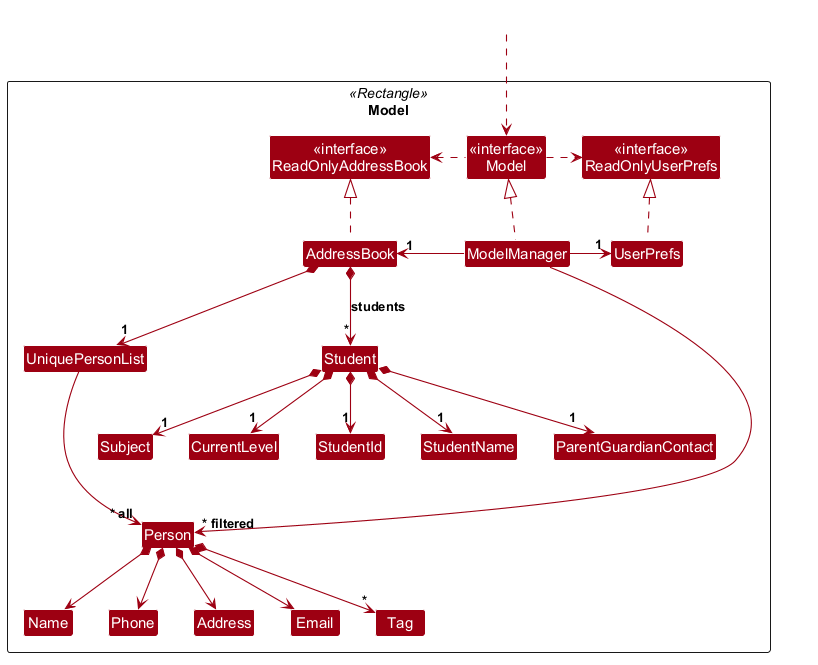
Earlier version of the PlantUML export docs/images/ModelClassDiagram.png (AY2627S1-CS2103T-F09-1/tp). Source of this version:
```plantuml
@startuml
!include style.puml
skinparam arrowThickness 1.1
skinparam arrowColor MODEL_COLOR
skinparam classBackgroundColor MODEL_COLOR

Package Model as ModelPackage <<Rectangle>>{
Class "<<interface>>\nReadOnlyAddressBook" as ReadOnlyAddressBook
Class "<<interface>>\nReadOnlyUserPrefs" as ReadOnlyUserPrefs
Class "<<interface>>\nModel" as Model
Class AddressBook
Class ModelManager
Class UserPrefs

Class UniquePersonList
Class Person
Class Address
Class Email
Class Name
Class Phone
Class Tag
Class Student
Class StudentId
Class StudentName
Class ParentGuardianContact
Class Subject
Class CurrentLevel

Class I #FFFFFF
}

Class HiddenOutside #FFFFFF
HiddenOutside ..> Model

AddressBook .up.|> ReadOnlyAddressBook

ModelManager .up.|> Model
Model .right.> ReadOnlyUserPrefs
Model .left.> ReadOnlyAddressBook
ModelManager -left-> "1" AddressBook
ModelManager -right-> "1" UserPrefs
UserPrefs .up.|> ReadOnlyUserPrefs

AddressBook *--> "1" UniquePersonList
UniquePersonList --> "~* all" Person
AddressBook *--> "*" Student : students
Student *--> "1" StudentId
Student *--> "1" StudentName
Student *--> "1" ParentGuardianContact
Student *--> "1" Subject
Student *--> "1" CurrentLevel
Person *--> Name
Person *--> Phone
Person *--> Email
Person *--> Address
Person *--> "*" Tag

Person -[hidden]up--> I
UniquePersonList -[hidden]right-> I

Name -[hidden]right-> Phone
Phone -[hidden]right-> Address
Address -[hidden]right-> Email

ModelManager --> "~* filtered" Person
@enduml
```
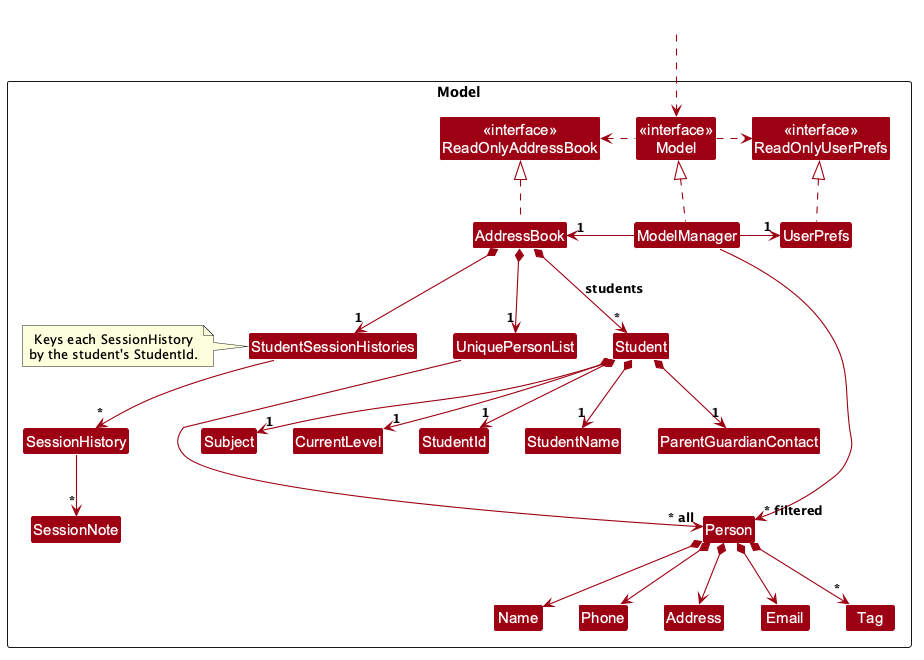
The same file after the commit.

Commit message:
DG: Add session note classes to Model diagram

The edit, as a diff of the source:
```diff
@@ -4,7 +4,7 @@
 skinparam arrowColor MODEL_COLOR
 skinparam classBackgroundColor MODEL_COLOR
 
-Package Model as ModelPackage <<Rectangle>>{
+Package Model as ModelPackage {
 Class "<<interface>>\nReadOnlyAddressBook" as ReadOnlyAddressBook
 Class "<<interface>>\nReadOnlyUserPrefs" as ReadOnlyUserPrefs
 Class "<<interface>>\nModel" as Model
@@ -25,6 +25,14 @@
 Class ParentGuardianContact
 Class Subject
 Class CurrentLevel
+Class StudentSessionHistories
+Class SessionHistory
+Class SessionNote
+
+note left of StudentSessionHistories
+  Keys each SessionHistory
+  by the student's StudentId.
+end note
 
 Class I #FFFFFF
 }
@@ -49,6 +57,9 @@
 Student *--> "1" ParentGuardianContact
 Student *--> "1" Subject
 Student *--> "1" CurrentLevel
+AddressBook *--> "1" StudentSessionHistories
+StudentSessionHistories --> "*" SessionHistory
+SessionHistory --> "*" SessionNote
 Person *--> Name
 Person *--> Phone
 Person *--> Email
```
